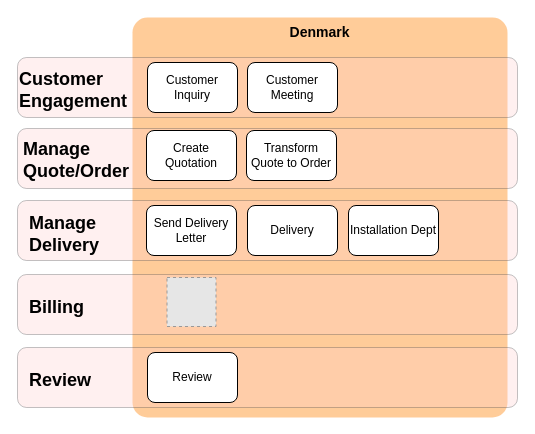
mrf742002/Diagrams keeps this draw.io diagram as page "Housing Association Denmark" (7 of 10) of Commercial Model.drawio. Above is the earlier version. Source tidied: cells renumbered, new cells numbered last; positions are measured from the earlier drawing's top-left corner, leaving out a move shared by most shapes. Both pictures are drawn from the tidied source at 100%, with x=0, y=0 at pixel (17, 17). Pictures stored in the file or linked from it are replaced by grey dashed boxes.
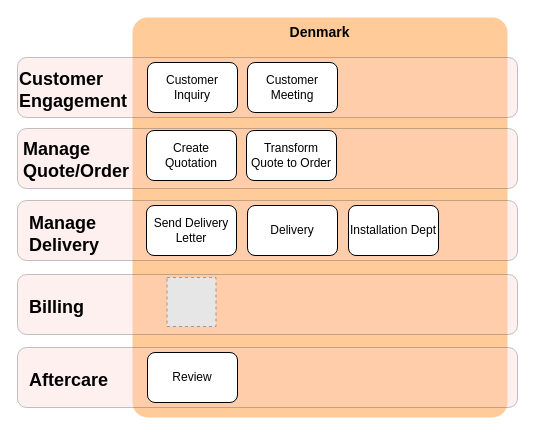
After the change.

The edit, as a diff of the source:
```diff
@@
-    <mxCell id="10" value="&lt;span style=&quot;font-size: 18px&quot;&gt;Review&lt;/span&gt;" style="text;html=1;align=left;verticalAlign=top;spacingTop=-4;fontStyle=1;" parent="1" vertex="1">
-      <mxGeometry x="10" y="350" width="70" height="20" as="geometry" />
+    <mxCell id="10" value="&lt;span style=&quot;font-size: 18px&quot;&gt;Aftercare&lt;/span&gt;" style="text;html=1;align=left;verticalAlign=top;spacingTop=-4;fontStyle=1;" parent="1" vertex="1">
+      <mxGeometry x="10" y="350" width="90" height="20" as="geometry" />
     </mxCell>
```
